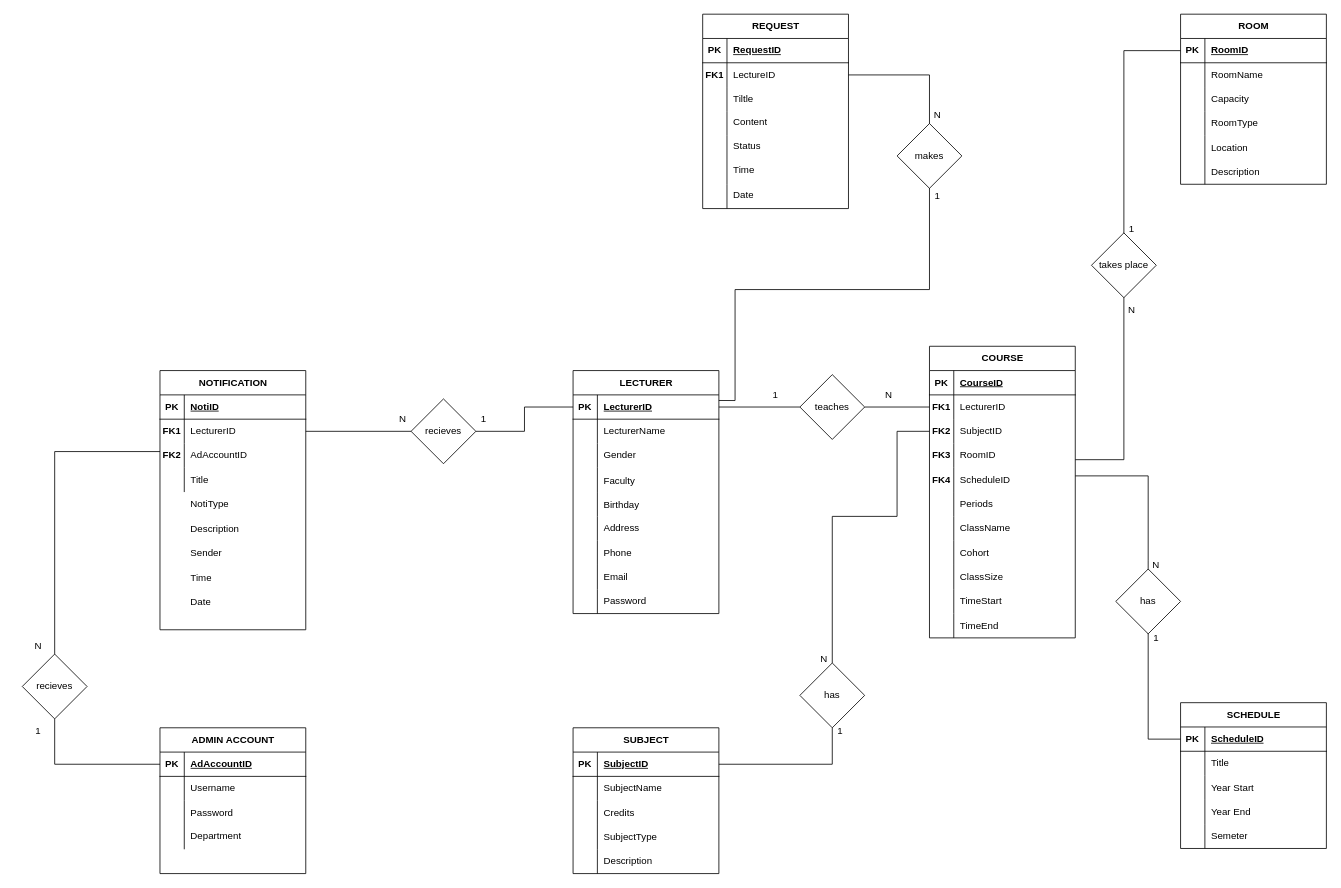
The draw.io diagram page "database" (2 of 2) of schema/ERD (2).drawio in nhatnhighettoan/The-application-automatically-schedules-university-timetables, before the edit. Source tidied: cells renumbered, new cells numbered last; positions are measured from the earlier drawing's top-left corner, leaving out a move shared by most shapes. Both pictures are drawn from the tidied source at 81%, with x=0, y=0 at pixel (14, 14).
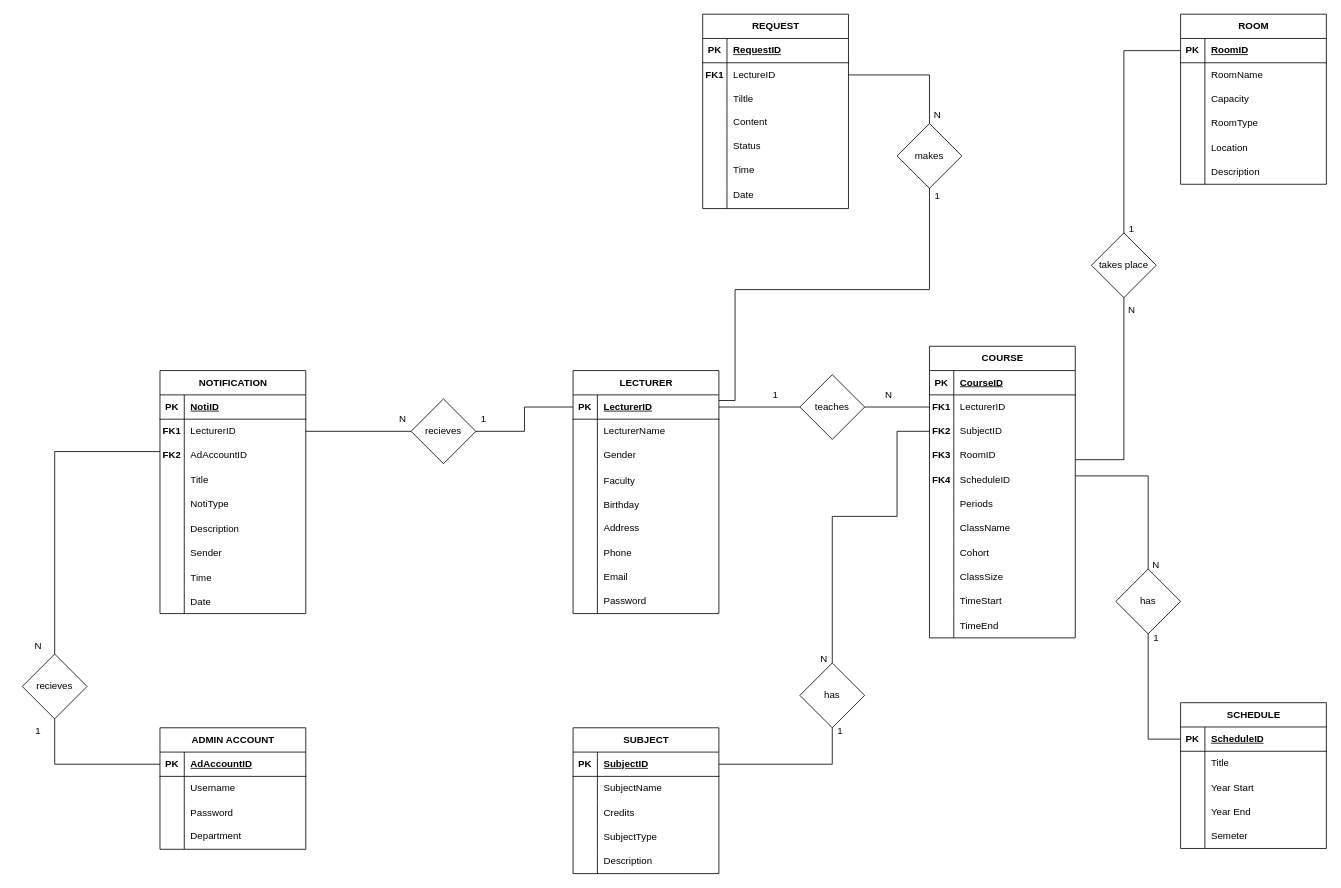
Above is the later version.

Diff of the diagram source:
```diff
@@
     <mxCell id="180" value="NOTIFICATION" style="shape=table;startSize=30;childLayout=tableLayout;rowLines=0;fontStyle=1;align=center;html=1;fillColor=#FFFFFF;" parent="1" vertex="1">
-      <mxGeometry x="180" y="440" width="180" height="320" as="geometry" />
+      <mxGeometry x="180" y="440" width="180" height="300" as="geometry" />
     </mxCell>
@@
+    <mxCell id="224" style="shape=tableRow;horizontal=0;startSize=0;swimlaneHead=0;swimlaneBody=0;fillColor=none;top=0;left=0;right=0;bottom=0;" parent="180" vertex="1">
+      <mxGeometry y="150" width="180" height="30" as="geometry" />
+    </mxCell>
+    <mxCell id="225" style="shape=partialRectangle;fillColor=none;top=0;left=0;bottom=0;right=0;overflow=hidden;whiteSpace=wrap;html=1;" parent="224" vertex="1">
+      <mxGeometry width="30" height="30" as="geometry" />
+    </mxCell>
+    <mxCell id="226" style="shape=partialRectangle;fillColor=none;top=0;left=0;bottom=0;right=0;align=left;spacingLeft=6;overflow=hidden;whiteSpace=wrap;html=1;" parent="224" vertex="1">
+      <mxGeometry x="30" width="150" height="30" as="geometry" />
+    </mxCell>
+    <mxCell id="227" style="shape=tableRow;horizontal=0;startSize=0;swimlaneHead=0;swimlaneBody=0;fillColor=none;top=0;left=0;right=0;bottom=0;" parent="180" vertex="1">
+      <mxGeometry y="180" width="180" height="30" as="geometry" />
+    </mxCell>
+    <mxCell id="228" style="shape=partialRectangle;fillColor=none;top=0;left=0;bottom=0;right=0;overflow=hidden;whiteSpace=wrap;html=1;" parent="227" vertex="1">
+      <mxGeometry width="30" height="30" as="geometry" />
+    </mxCell>
+    <mxCell id="229" style="shape=partialRectangle;fillColor=none;top=0;left=0;bottom=0;right=0;align=left;spacingLeft=6;overflow=hidden;whiteSpace=wrap;html=1;" parent="227" vertex="1">
+      <mxGeometry x="30" width="150" height="30" as="geometry" />
+    </mxCell>
+    <mxCell id="230" style="shape=tableRow;horizontal=0;startSize=0;swimlaneHead=0;swimlaneBody=0;fillColor=none;top=0;left=0;right=0;bottom=0;" parent="180" vertex="1">
+      <mxGeometry y="210" width="180" height="30" as="geometry" />
+    </mxCell>
+    <mxCell id="231" style="shape=partialRectangle;fillColor=none;top=0;left=0;bottom=0;right=0;overflow=hidden;whiteSpace=wrap;html=1;" parent="230" vertex="1">
+      <mxGeometry width="30" height="30" as="geometry" />
+    </mxCell>
+    <mxCell id="232" style="shape=partialRectangle;fillColor=none;top=0;left=0;bottom=0;right=0;align=left;spacingLeft=6;overflow=hidden;whiteSpace=wrap;html=1;" parent="230" vertex="1">
+      <mxGeometry x="30" width="150" height="30" as="geometry" />
+    </mxCell>
+    <mxCell id="233" style="shape=tableRow;horizontal=0;startSize=0;swimlaneHead=0;swimlaneBody=0;fillColor=none;top=0;left=0;right=0;bottom=0;" parent="180" vertex="1">
+      <mxGeometry y="240" width="180" height="30" as="geometry" />
+    </mxCell>
+    <mxCell id="234" style="shape=partialRectangle;fillColor=none;top=0;left=0;bottom=0;right=0;overflow=hidden;whiteSpace=wrap;html=1;" parent="233" vertex="1">
+      <mxGeometry width="30" height="30" as="geometry" />
+    </mxCell>
+    <mxCell id="235" style="shape=partialRectangle;fillColor=none;top=0;left=0;bottom=0;right=0;align=left;spacingLeft=6;overflow=hidden;whiteSpace=wrap;html=1;" parent="233" vertex="1">
+      <mxGeometry x="30" width="150" height="30" as="geometry" />
+    </mxCell>
+    <mxCell id="236" style="shape=tableRow;horizontal=0;startSize=0;swimlaneHead=0;swimlaneBody=0;fillColor=none;top=0;left=0;right=0;bottom=0;" parent="180" vertex="1">
+      <mxGeometry y="270" width="180" height="30" as="geometry" />
+    </mxCell>
+    <mxCell id="237" style="shape=partialRectangle;fillColor=none;top=0;left=0;bottom=0;right=0;overflow=hidden;whiteSpace=wrap;html=1;" parent="236" vertex="1">
+      <mxGeometry width="30" height="30" as="geometry" />
+    </mxCell>
+    <mxCell id="238" style="shape=partialRectangle;fillColor=none;top=0;left=0;bottom=0;right=0;align=left;spacingLeft=6;overflow=hidden;whiteSpace=wrap;html=1;" parent="236" vertex="1">
+      <mxGeometry x="30" width="150" height="30" as="geometry" />
+    </mxCell>
@@
     <mxCell id="198" value="ADMIN ACCOUNT" style="shape=table;startSize=30;childLayout=tableLayout;rowLines=0;fontStyle=1;align=center;html=1;" parent="1" vertex="1">
-      <mxGeometry x="180" y="881" width="180" height="180" as="geometry" />
+      <mxGeometry x="180" y="881" width="180" height="150" as="geometry" />
     </mxCell>
```
